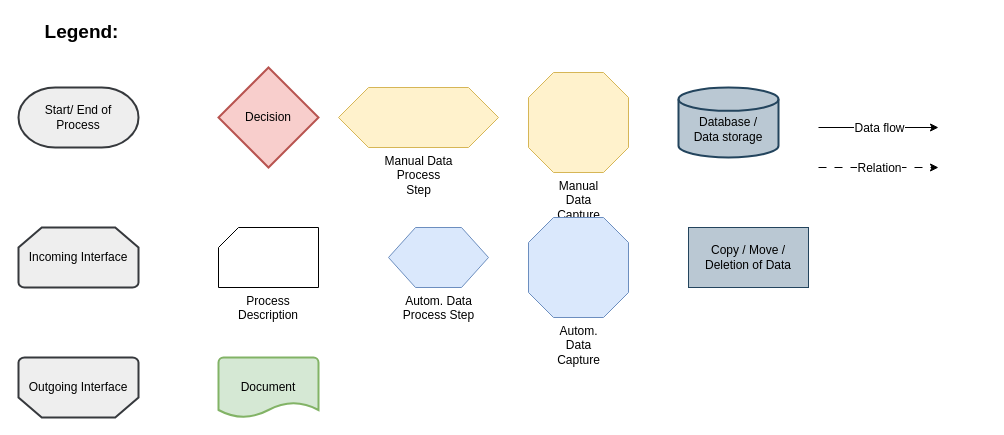
The draw.io diagram page "Overview" (1 of 4) of models/Unbenanntes Diagramm.drawio in griemide/BPMN, before the edit. Source tidied: cells renumbered, new cells numbered last; positions are measured from the earlier drawing's top-left corner, leaving out a move shared by most shapes. Both pictures are drawn from the tidied source at 100%, with x=0, y=0 at pixel (18, 17).
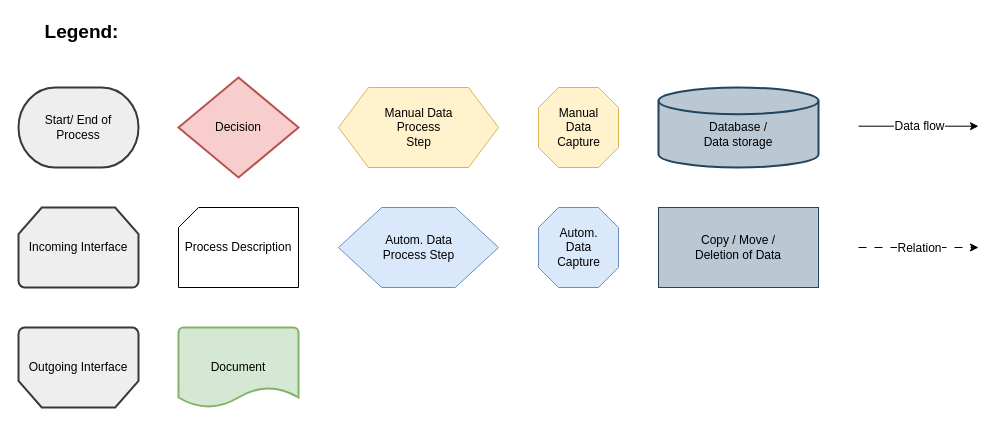
Above is the later version.

The edit, as a diff of the source:
```diff
@@
     <mxCell id="2" value="Start/ End of&lt;br&gt;Process" style="strokeWidth=2;html=1;shape=mxgraph.flowchart.terminator;whiteSpace=wrap;fillColor=#eeeeee;strokeColor=#36393d;" parent="1" vertex="1">
-      <mxGeometry y="70" width="120" height="60" as="geometry" />
+      <mxGeometry y="70" width="120" height="80" as="geometry" />
     </mxCell>
     <mxCell id="3" value="Incoming Interface" style="strokeWidth=2;html=1;shape=mxgraph.flowchart.loop_limit;whiteSpace=wrap;fillColor=#eeeeee;strokeColor=#36393d;" parent="1" vertex="1">
-      <mxGeometry y="210" width="120" height="60" as="geometry" />
+      <mxGeometry y="190" width="120" height="80" as="geometry" />
     </mxCell>
     <mxCell id="4" value="Decision" style="strokeWidth=2;html=1;shape=mxgraph.flowchart.decision;whiteSpace=wrap;fillColor=#f8cecc;strokeColor=#b85450;" parent="1" vertex="1">
-      <mxGeometry x="200" y="50" width="100" height="100" as="geometry" />
+      <mxGeometry x="160" y="60" width="120" height="100" as="geometry" />
     </mxCell>
-    <mxCell id="5" value="Process Description" style="verticalLabelPosition=bottom;verticalAlign=top;html=1;shape=card;whiteSpace=wrap;size=20;arcSize=12;" parent="1" vertex="1">
-      <mxGeometry x="200" y="210" width="100" height="60" as="geometry" />
+    <mxCell id="5" value="Process Description" style="verticalLabelPosition=middle;verticalAlign=middle;html=1;shape=card;whiteSpace=wrap;size=20;arcSize=12;labelPosition=center;align=center;" parent="1" vertex="1">
+      <mxGeometry x="160" y="190" width="120" height="80" as="geometry" />
     </mxCell>
     <mxCell id="6" value="Document" style="strokeWidth=2;html=1;shape=mxgraph.flowchart.document2;whiteSpace=wrap;size=0.25;fillColor=#d5e8d4;strokeColor=#82b366;" parent="1" vertex="1">
-      <mxGeometry x="200" y="340" width="100" height="60" as="geometry" />
+      <mxGeometry x="160" y="310" width="120" height="80" as="geometry" />
     </mxCell>
-    <mxCell id="7" value="Manual Data &lt;br&gt;Process &lt;br&gt;Step" style="verticalLabelPosition=bottom;verticalAlign=top;html=1;shape=hexagon;perimeter=hexagonPerimeter2;arcSize=6;size=0.1875;fillColor=#fff2cc;strokeColor=#d6b656;" parent="1" vertex="1">
-      <mxGeometry x="320" y="70" width="160" height="60" as="geometry" />
+    <mxCell id="7" value="Manual Data &lt;br&gt;Process &lt;br&gt;Step" style="verticalLabelPosition=middle;verticalAlign=middle;html=1;shape=hexagon;perimeter=hexagonPerimeter2;arcSize=6;size=0.1875;fillColor=#fff2cc;strokeColor=#d6b656;labelPosition=center;align=center;" parent="1" vertex="1">
+      <mxGeometry x="320" y="70" width="160" height="80" as="geometry" />
     </mxCell>
-    <mxCell id="8" value="Autom. Data &lt;br&gt;Process Step" style="verticalLabelPosition=bottom;verticalAlign=top;html=1;shape=hexagon;perimeter=hexagonPerimeter2;arcSize=6;size=0.27;fillColor=#dae8fc;strokeColor=#6c8ebf;" parent="1" vertex="1">
-      <mxGeometry x="370" y="210" width="100" height="60" as="geometry" />
+    <mxCell id="8" value="Autom. Data &lt;br&gt;Process Step" style="verticalLabelPosition=middle;verticalAlign=middle;html=1;shape=hexagon;perimeter=hexagonPerimeter2;arcSize=6;size=0.27;fillColor=#dae8fc;strokeColor=#6c8ebf;labelPosition=center;align=center;" parent="1" vertex="1">
+      <mxGeometry x="320" y="190" width="160" height="80" as="geometry" />
     </mxCell>
     <mxCell id="9" value="&lt;br&gt;Database /&lt;br&gt;Data storage" style="strokeWidth=2;html=1;shape=mxgraph.flowchart.database;whiteSpace=wrap;fillColor=#bac8d3;strokeColor=#23445d;" parent="1" vertex="1">
-      <mxGeometry x="660" y="70" width="100" height="70" as="geometry" />
+      <mxGeometry x="640" y="70" width="160" height="80" as="geometry" />
     </mxCell>
-    <mxCell id="10" value="Manual &lt;br&gt;Data &lt;br&gt;Capture" style="verticalLabelPosition=bottom;verticalAlign=top;html=1;shape=mxgraph.basic.polygon;polyCoords=[[0.25,0],[0.75,0],[1,0.25],[1,0.75],[0.75,1],[0.25,1],[0,0.75],[0,0.25]];polyline=0;fillColor=#fff2cc;strokeColor=#d6b656;" parent="1" vertex="1">
-      <mxGeometry x="510" y="55" width="100" height="100" as="geometry" />
+    <mxCell id="10" value="Manual &lt;br&gt;Data &lt;br&gt;Capture" style="verticalLabelPosition=middle;verticalAlign=middle;html=1;shape=mxgraph.basic.polygon;polyCoords=[[0.25,0],[0.75,0],[1,0.25],[1,0.75],[0.75,1],[0.25,1],[0,0.75],[0,0.25]];polyline=0;fillColor=#fff2cc;strokeColor=#d6b656;labelPosition=center;align=center;" parent="1" vertex="1">
+      <mxGeometry x="520" y="70" width="80" height="80" as="geometry" />
     </mxCell>
-    <mxCell id="11" value="Autom. &lt;br&gt;Data &lt;br&gt;Capture" style="verticalLabelPosition=bottom;verticalAlign=top;html=1;shape=mxgraph.basic.polygon;polyCoords=[[0.25,0],[0.75,0],[1,0.25],[1,0.75],[0.75,1],[0.25,1],[0,0.75],[0,0.25]];polyline=0;fillColor=#dae8fc;strokeColor=#6c8ebf;" parent="1" vertex="1">
-      <mxGeometry x="510" y="200" width="100" height="100" as="geometry" />
+    <mxCell id="11" value="Autom. &lt;br&gt;Data &lt;br&gt;Capture" style="verticalLabelPosition=middle;verticalAlign=middle;html=1;shape=mxgraph.basic.polygon;polyCoords=[[0.25,0],[0.75,0],[1,0.25],[1,0.75],[0.75,1],[0.25,1],[0,0.75],[0,0.25]];polyline=0;fillColor=#dae8fc;strokeColor=#6c8ebf;labelPosition=center;align=center;" parent="1" vertex="1">
+      <mxGeometry x="520" y="190" width="80" height="80" as="geometry" />
     </mxCell>
     <mxCell id="12" value="Copy / Move /&lt;br&gt;Deletion of Data" style="rounded=0;whiteSpace=wrap;html=1;fillColor=#bac8d3;strokeColor=#23445d;" parent="1" vertex="1">
-      <mxGeometry x="670" y="210" width="120" height="60" as="geometry" />
+      <mxGeometry x="640" y="190" width="160" height="80" as="geometry" />
     </mxCell>
@@
     <mxCell id="14" value="Outgoing Interface" style="strokeWidth=2;html=1;shape=mxgraph.flowchart.loop_limit;whiteSpace=wrap;fillColor=#eeeeee;strokeColor=#36393d;direction=west;" parent="1" vertex="1">
-      <mxGeometry y="340" width="120" height="60" as="geometry" />
+      <mxGeometry y="310" width="120" height="80" as="geometry" />
     </mxCell>
     <mxCell id="15" style="endArrow=classic;html=1;rounded=0;" parent="1" edge="1">
       <mxGeometry relative="1" as="geometry">
-        <mxPoint x="800" y="110" as="sourcePoint" />
-        <mxPoint x="920" y="110" as="targetPoint" />
+        <mxPoint x="840" y="108.7" as="sourcePoint" />
+        <mxPoint x="960" y="108.7" as="targetPoint" />
       </mxGeometry>
     </mxCell>
@@
     <mxCell id="17" style="endArrow=classic;html=1;rounded=0;dashed=1;dashPattern=8 8;" parent="1" edge="1">
       <mxGeometry relative="1" as="geometry">
-        <mxPoint x="800" y="150" as="sourcePoint" />
-        <mxPoint x="920" y="150" as="targetPoint" />
+        <mxPoint x="840" y="230" as="sourcePoint" />
+        <mxPoint x="960" y="230" as="targetPoint" />
       </mxGeometry>
     </mxCell>
```
